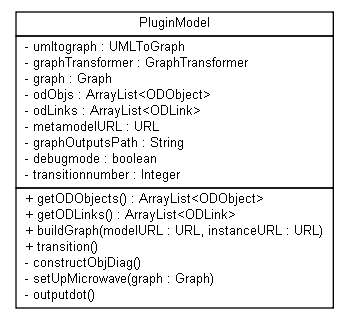
luisneiva/graf-framework keeps this Graphviz diagram as javadoc/model/PluginModel.png. Above is the earlier version. Its source is kept beside it as javadoc/model/PluginModel.dot.
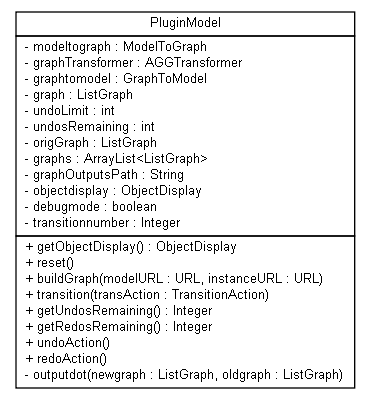
The same file after the commit.

The edit, as a diff of the source:
```diff
@@ -4,29 +4,34 @@
 	node [fontname="arial",fontsize=10,shape=plaintext];
 	nodesep=0.25;
 	ranksep=0.5;
-	c1170 [label=<<table title="model.PluginModel" border="0" cellborder="1" cellspacing="0" cellpadding="2" port="p" href="./PluginModel.html">
+	c2395 [label=<<table title="model.PluginModel" border="0" cellborder="1" cellspacing="0" cellpadding="2" port="p" href="./PluginModel.html">
 		<tr><td><table border="0" cellspacing="0" cellpadding="1">
 <tr><td align="center" balign="center"> PluginModel </td></tr>
 		</table></td></tr>
 		<tr><td><table border="0" cellspacing="0" cellpadding="1">
-<tr><td align="left" balign="left"> - umltograph : UMLToGraph </td></tr>
-<tr><td align="left" balign="left"> - graphTransformer : GraphTransformer </td></tr>
-<tr><td align="left" balign="left"> - graph : Graph </td></tr>
-<tr><td align="left" balign="left"> - odObjs : ArrayList&lt;ODObject&gt; </td></tr>
-<tr><td align="left" balign="left"> - odLinks : ArrayList&lt;ODLink&gt; </td></tr>
-<tr><td align="left" balign="left"> - metamodelURL : URL </td></tr>
+<tr><td align="left" balign="left"> - modeltograph : ModelToGraph </td></tr>
+<tr><td align="left" balign="left"> - graphTransformer : AGGTransformer </td></tr>
+<tr><td align="left" balign="left"> - graphtomodel : GraphToModel </td></tr>
+<tr><td align="left" balign="left"> - graph : ListGraph </td></tr>
+<tr><td align="left" balign="left"> - undoLimit : int </td></tr>
+<tr><td align="left" balign="left"> - undosRemaining : int </td></tr>
+<tr><td align="left" balign="left"> - origGraph : ListGraph </td></tr>
+<tr><td align="left" balign="left"> - graphs : ArrayList&lt;ListGraph&gt; </td></tr>
 <tr><td align="left" balign="left"> - graphOutputsPath : String </td></tr>
+<tr><td align="left" balign="left"> - objectdisplay : ObjectDisplay </td></tr>
 <tr><td align="left" balign="left"> - debugmode : boolean </td></tr>
 <tr><td align="left" balign="left"> - transitionnumber : Integer </td></tr>
 		</table></td></tr>
 		<tr><td><table border="0" cellspacing="0" cellpadding="1">
-<tr><td align="left" balign="left"> + getODObjects() : ArrayList&lt;ODObject&gt; </td></tr>
-<tr><td align="left" balign="left"> + getODLinks() : ArrayList&lt;ODLink&gt; </td></tr>
+<tr><td align="left" balign="left"> + getObjectDisplay() : ObjectDisplay </td></tr>
+<tr><td align="left" balign="left"> + reset() </td></tr>
 <tr><td align="left" balign="left"> + buildGraph(modelURL : URL, instanceURL : URL) </td></tr>
-<tr><td align="left" balign="left"> + transition() </td></tr>
-<tr><td align="left" balign="left"> - constructObjDiag() </td></tr>
-<tr><td align="left" balign="left"> - setUpMicrowave(graph : Graph) </td></tr>
-<tr><td align="left" balign="left"> - outputdot() </td></tr>
+<tr><td align="left" balign="left"> + transition(transAction : TransitionAction) </td></tr>
+<tr><td align="left" balign="left"> + getUndosRemaining() : Integer </td></tr>
+<tr><td align="left" balign="left"> + getRedosRemaining() : Integer </td></tr>
+<tr><td align="left" balign="left"> + undoAction() </td></tr>
+<tr><td align="left" balign="left"> + redoAction() </td></tr>
+<tr><td align="left" balign="left"> - outputdot(newgraph : ListGraph, oldgraph : ListGraph) </td></tr>
 		</table></td></tr>
 		</table>>, fontname="arial", fontcolor="black", fontsize=10.0];
 }
```
